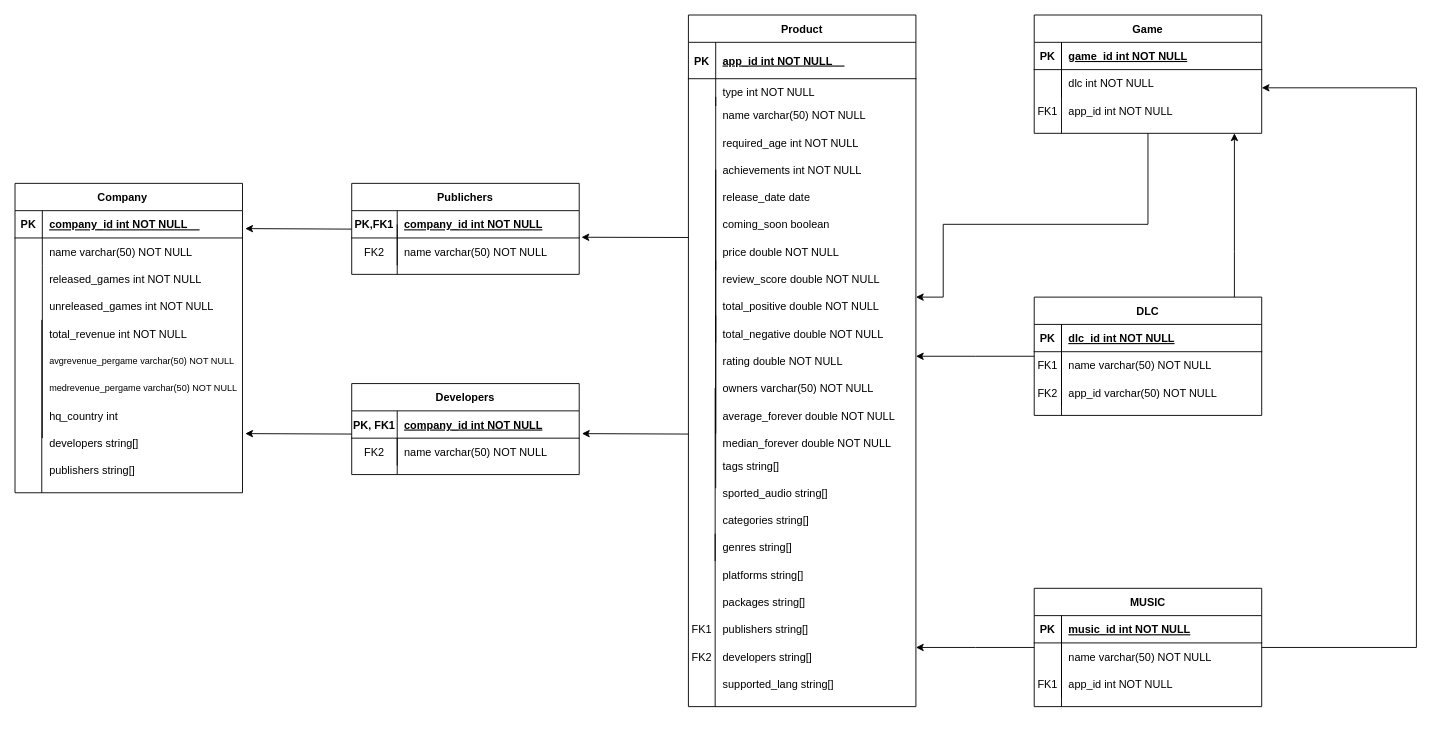
This is Trabalho/Untitled Diagram.drawio from Cyber-Dragon-18/BD, a draw.io file, before an edit. Source tidied: cells renumbered, new cells numbered last; positions are measured from the earlier drawing's top-left corner, leaving out a move shared by most shapes. Both pictures are drawn from the tidied source at 91%, with x=0, y=0 at pixel (15, 15).
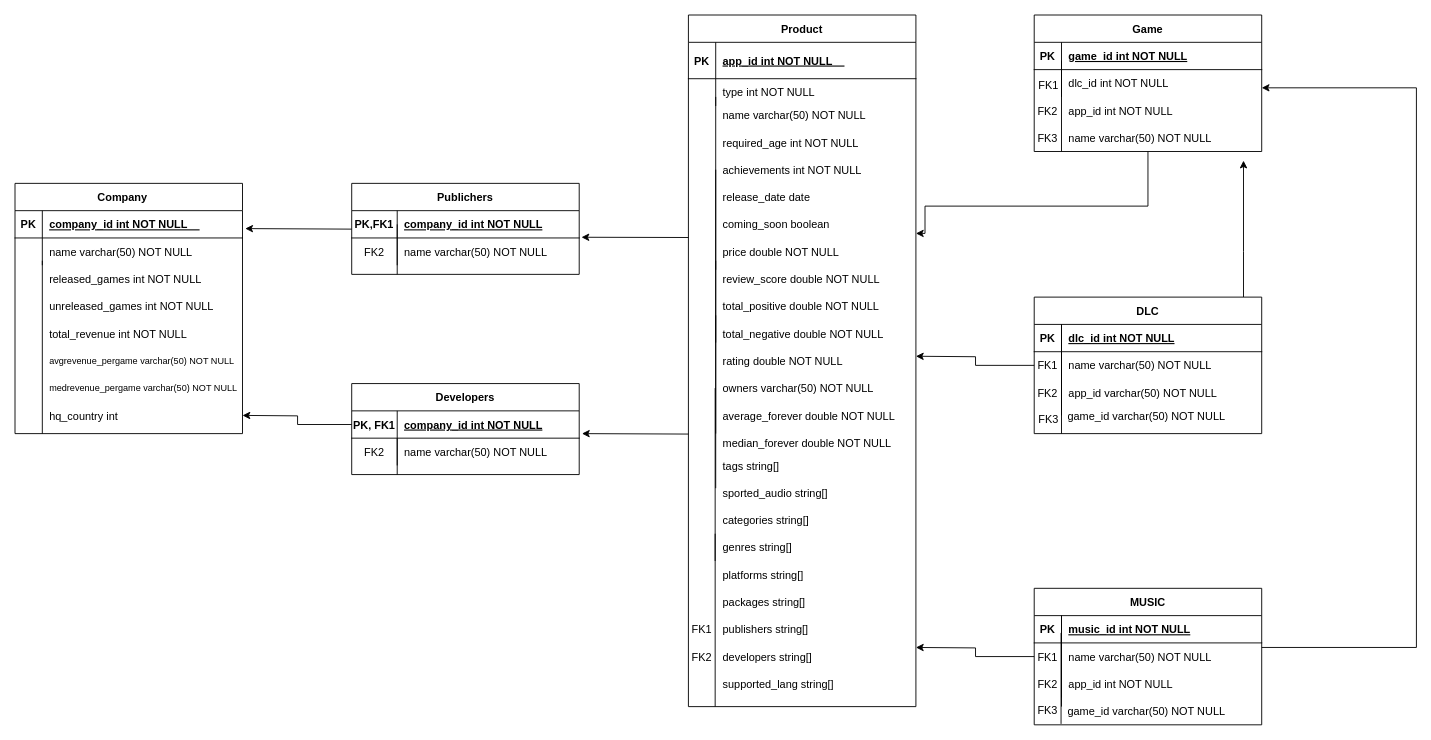
The same page after the edit.

The change refers to these unchanged cells:
```xml
<mxCell id="6" style="shape=partialRectangle;fillColor=none;points=[[0,0.5],[1,0.5]];portConstraint=eastwest;top=0;left=0;right=0;bottom=0;" parent="2" vertex="1">
  <mxGeometry y="60" width="250" height="30" as="geometry" />
</mxCell>
<mxCell id="44" style="shape=partialRectangle;fillColor=none;top=0;left=0;right=0;bottom=0;" parent="37" vertex="1">
  <mxGeometry y="90" width="250" height="30" as="geometry" />
</mxCell>
<mxCell id="48" style="shape=partialRectangle;fillColor=none;top=0;left=0;right=0;bottom=0;" parent="1" vertex="1">
  <mxGeometry x="1120" y="90" width="250" height="30" as="geometry" />
</mxCell>
<mxCell id="103" style="shape=partialRectangle;fillColor=none;points=[[0,0.5],[1,0.5]];portConstraint=eastwest;top=0;left=0;right=0;bottom=1;" parent="102" vertex="1">
  <mxGeometry y="30" width="250" height="30" as="geometry" />
</mxCell>
```

The edit, as a diff of the source:
```diff
@@
     <mxCell id="2" value="Game" style="shape=table;startSize=30;childLayout=tableLayout;rowLines=0;fontStyle=1;align=center;" parent="1" vertex="1">
-      <mxGeometry x="1120" width="250" height="130" as="geometry" />
+      <mxGeometry x="1120" width="250" height="150" as="geometry" />
     </mxCell>
@@
-    <mxCell id="8" value="dlc int NOT NULL" style="shape=partialRectangle;overflow=hidden;fillColor=none;top=0;left=0;bottom=0;right=0;align=left;spacingLeft=6;" parent="6" vertex="1">
+    <mxCell id="8" value="dlc_id int NOT NULL" style="shape=partialRectangle;overflow=hidden;fillColor=none;top=0;left=0;bottom=0;right=0;align=left;spacingLeft=6;" parent="6" vertex="1">
       <mxGeometry x="30" width="220" height="30" as="geometry" />
     </mxCell>
@@
-    <mxCell id="10" style="edgeStyle=orthogonalEdgeStyle;rounded=0;jettySize=auto;html=1;" parent="1" edge="1" source="11">
-      <mxGeometry relative="1" as="geometry">
-        <mxPoint x="1340" y="130" as="targetPoint" />
-        <Array as="points">
-          <mxPoint x="1340" y="260" />
-          <mxPoint x="1340" y="260" />
-        </Array>
-      </mxGeometry>
-    </mxCell>
+    <mxCell id="116" style="edgeStyle=orthogonalEdgeStyle;rounded=0;jettySize=auto;html=1;" parent="1" edge="1" source="11">
+      <mxGeometry relative="1" as="geometry">
+        <mxPoint x="1350" y="160" as="targetPoint" />
+        <Array as="points">
+          <mxPoint x="1350" y="260" />
+          <mxPoint x="1350" y="260" />
+        </Array>
+      </mxGeometry>
+    </mxCell>
     <mxCell id="11" value="DLC" style="shape=table;startSize=30;childLayout=tableLayout;rowLines=0;fontStyle=1;align=center;" parent="1" vertex="1">
-      <mxGeometry x="1120" y="310" width="250" height="130" as="geometry" />
+      <mxGeometry x="1120" y="310" width="250" height="150" as="geometry" />
     </mxCell>
@@
     <mxCell id="21" value="Company    " style="shape=table;startSize=30;childLayout=tableLayout;rowLines=0;fontStyle=1;align=center;" parent="1" vertex="1">
-      <mxGeometry y="185" width="250" height="340" as="geometry" />
+      <mxGeometry y="185" width="250" height="275" as="geometry" />
     </mxCell>
@@
     <mxCell id="28" style="endArrow=none;html=1;rounded=0;" parent="1" edge="1">
       <mxGeometry relative="1" as="geometry">
-        <mxPoint x="30" y="465" as="sourcePoint" />
-        <mxPoint x="30" y="275" as="targetPoint" />
+        <mxPoint x="30" y="460" as="sourcePoint" />
+        <mxPoint x="30" y="270" as="targetPoint" />
       </mxGeometry>
     </mxCell>
@@
     <mxCell id="37" value="MUSIC" style="shape=table;startSize=30;childLayout=tableLayout;rowLines=0;fontStyle=1;align=center;" parent="1" vertex="1">
-      <mxGeometry x="1120" y="630" width="250" height="130" as="geometry" />
+      <mxGeometry x="1120" y="630" width="250" height="150" as="geometry" />
     </mxCell>
@@
-    <mxCell id="45" value="FK1" style="shape=partialRectangle;overflow=hidden;fillColor=none;top=0;left=0;bottom=0;right=0;" parent="44" vertex="1">
+    <mxCell id="45" value="FK2" style="shape=partialRectangle;overflow=hidden;fillColor=none;top=0;left=0;bottom=0;right=0;" parent="44" vertex="1">
       <mxGeometry width="30" height="30" as="geometry" />
     </mxCell>
@@
-    <mxCell id="47" style="edgeStyle=orthogonalEdgeStyle;rounded=0;orthogonalLoop=1;jettySize=auto;html=1;" parent="1" edge="1">
-      <mxGeometry relative="1" as="geometry">
-        <mxPoint x="1245" y="130" as="sourcePoint" />
-        <mxPoint x="990" y="310" as="targetPoint" />
-        <Array as="points">
-          <mxPoint x="1245" y="230" />
-          <mxPoint x="1020" y="230" />
-          <mxPoint x="1020" y="310" />
-        </Array>
-      </mxGeometry>
-    </mxCell>
@@
-    <mxCell id="49" value="FK1" style="shape=partialRectangle;overflow=hidden;fillColor=none;top=0;left=0;bottom=0;right=0;" parent="48" vertex="1">
+    <mxCell id="49" value="FK2" style="shape=partialRectangle;overflow=hidden;fillColor=none;top=0;left=0;bottom=0;right=0;" parent="48" vertex="1">
       <mxGeometry width="30" height="30" as="geometry" />
     </mxCell>
@@
     <mxCell id="51" style="endArrow=none;html=1;rounded=0;" parent="1" edge="1">
       <mxGeometry relative="1" as="geometry">
-        <mxPoint x="1150" y="130" as="sourcePoint" />
-        <mxPoint x="1150" y="30" as="targetPoint" />
+        <mxPoint x="1150" y="150" as="sourcePoint" />
+        <mxPoint x="1150" y="50" as="targetPoint" />
       </mxGeometry>
     </mxCell>
@@
-    <mxCell id="89" value="developers string[]" style="shape=partialRectangle;overflow=hidden;fillColor=none;top=0;left=0;bottom=0;right=0;align=left;spacingLeft=6;" parent="1" vertex="1">
-      <mxGeometry x="30" y="455" width="220" height="30" as="geometry" />
-    </mxCell>
-    <mxCell id="90" value="publishers string[]" style="shape=partialRectangle;overflow=hidden;fillColor=none;top=0;left=0;bottom=0;right=0;align=left;spacingLeft=6;" parent="1" vertex="1">
-      <mxGeometry x="30" y="485" width="220" height="30" as="geometry" />
-    </mxCell>
-    <mxCell id="91" style="endArrow=none;html=1;rounded=0;" parent="1" edge="1">
-      <mxGeometry relative="1" as="geometry">
-        <mxPoint x="29.4" y="525" as="sourcePoint" />
-        <mxPoint x="29.4" y="335" as="targetPoint" />
-      </mxGeometry>
-    </mxCell>
-    <mxCell id="92" style="shape=partialRectangle;overflow=hidden;fillColor=none;top=0;left=0;bottom=0;right=0;" parent="1" vertex="1">
-      <mxGeometry y="455" width="30" height="30" as="geometry" />
-    </mxCell>
-    <mxCell id="93" style="shape=partialRectangle;overflow=hidden;fillColor=none;top=0;left=0;bottom=0;right=0;" parent="1" vertex="1">
-      <mxGeometry y="490" width="30" height="30" as="geometry" />
-    </mxCell>
@@
-    <mxCell id="113" style="endArrow=classic;html=1;rounded=0;entryX=1.01;entryY=0.974;entryDx=0;entryDy=0;entryPerimeter=0;" parent="1" edge="1">
-      <mxGeometry relative="1" as="geometry">
-        <mxPoint x="370" y="460.5" as="sourcePoint" />
-        <mxPoint x="253" y="460" as="targetPoint" />
-      </mxGeometry>
-    </mxCell>
@@
+    <mxCell id="117" style="edgeStyle=orthogonalEdgeStyle;rounded=0;jettySize=auto;html=1;" parent="1" edge="1" source="103">
+      <mxGeometry relative="1" as="geometry">
+        <mxPoint x="250" y="440" as="targetPoint" />
+      </mxGeometry>
+    </mxCell>
+    <mxCell id="118" value="FK1" style="shape=partialRectangle;overflow=hidden;fillColor=none;top=0;left=0;bottom=0;right=0;" parent="1" vertex="1">
+      <mxGeometry x="1121" y="62" width="30" height="30" as="geometry" />
+    </mxCell>
+    <mxCell id="119" style="edgeStyle=orthogonalEdgeStyle;rounded=0;jettySize=auto;html=1;" parent="1" edge="1" source="120">
+      <mxGeometry relative="1" as="geometry">
+        <mxPoint x="990" y="240" as="targetPoint" />
+        <Array as="points">
+          <mxPoint x="1245" y="210" />
+          <mxPoint x="1000" y="210" />
+        </Array>
+      </mxGeometry>
+    </mxCell>
+    <mxCell id="120" style="shape=partialRectangle;fillColor=none;points=[[0,0.5],[1,0.5]];portConstraint=eastwest;top=0;left=0;right=0;bottom=0;" parent="1" vertex="1">
+      <mxGeometry x="1120" y="120" width="250" height="30" as="geometry" />
+    </mxCell>
+    <mxCell id="121" value="FK3" style="shape=partialRectangle;overflow=hidden;fillColor=none;top=0;left=0;bottom=0;right=0;" parent="120" vertex="1">
+      <mxGeometry width="30" height="30" as="geometry" />
+    </mxCell>
+    <mxCell id="122" value="name varchar(50) NOT NULL" style="shape=partialRectangle;overflow=hidden;fillColor=none;top=0;left=0;bottom=0;right=0;align=left;spacingLeft=6;" parent="120" vertex="1">
+      <mxGeometry x="30" width="220" height="30" as="geometry" />
+    </mxCell>
+    <mxCell id="123" value="FK1" style="shape=partialRectangle;overflow=hidden;fillColor=none;top=0;left=0;bottom=0;right=0;" parent="1" vertex="1">
+      <mxGeometry x="1120" y="690" width="30" height="30" as="geometry" />
+    </mxCell>
+    <mxCell id="124" value="game_id varchar(50) NOT NULL" style="shape=partialRectangle;overflow=hidden;fillColor=none;top=0;left=0;bottom=0;right=0;align=left;spacingLeft=6;" parent="1" vertex="1">
+      <mxGeometry x="1149" y="425" width="220" height="30" as="geometry" />
+    </mxCell>
+    <mxCell id="125" style="endArrow=none;html=1;rounded=0;" parent="1" edge="1">
+      <mxGeometry relative="1" as="geometry">
+        <mxPoint x="1150" y="460" as="sourcePoint" />
+        <mxPoint x="1150" y="360" as="targetPoint" />
+      </mxGeometry>
+    </mxCell>
+    <mxCell id="126" value="FK3" style="shape=partialRectangle;overflow=hidden;fillColor=none;top=0;left=0;bottom=0;right=0;" parent="1" vertex="1">
+      <mxGeometry x="1121" y="429" width="30" height="30" as="geometry" />
+    </mxCell>
+    <mxCell id="127" value="game_id varchar(50) NOT NULL" style="shape=partialRectangle;overflow=hidden;fillColor=none;top=0;left=0;bottom=0;right=0;align=left;spacingLeft=6;" parent="1" vertex="1">
+      <mxGeometry x="1149" y="750" width="220" height="30" as="geometry" />
+    </mxCell>
+    <mxCell id="128" value="FK3" style="shape=partialRectangle;overflow=hidden;fillColor=none;top=0;left=0;bottom=0;right=0;" parent="1" vertex="1">
+      <mxGeometry x="1120" y="749" width="30" height="30" as="geometry" />
+    </mxCell>
+    <mxCell id="129" style="endArrow=none;html=1;rounded=0;" parent="1" edge="1">
+      <mxGeometry relative="1" as="geometry">
+        <mxPoint x="1149.5" y="779" as="sourcePoint" />
+        <mxPoint x="1149.5" y="679" as="targetPoint" />
+      </mxGeometry>
+    </mxCell>
```
